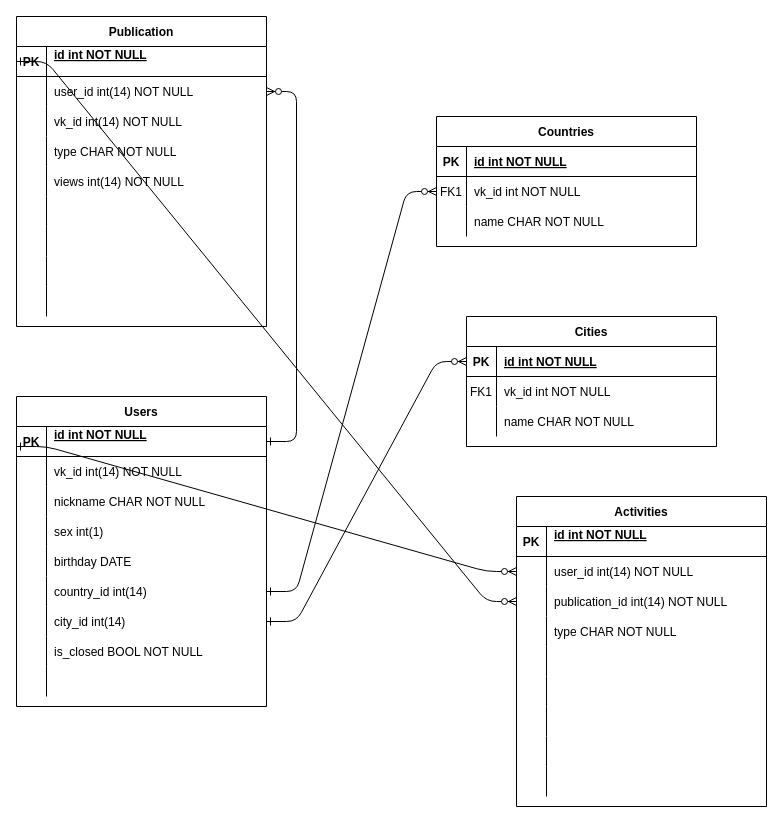
Earlier version of the draw.io diagram misc/Диаграмма_моделей.drawio (leksuss/snout). Source tidied: cells renumbered, new cells numbered last; positions are measured from the earlier drawing's top-left corner, leaving out a move shared by most shapes. Both pictures are drawn from the tidied source at 100%, with x=0, y=0 at pixel (-634, 16).
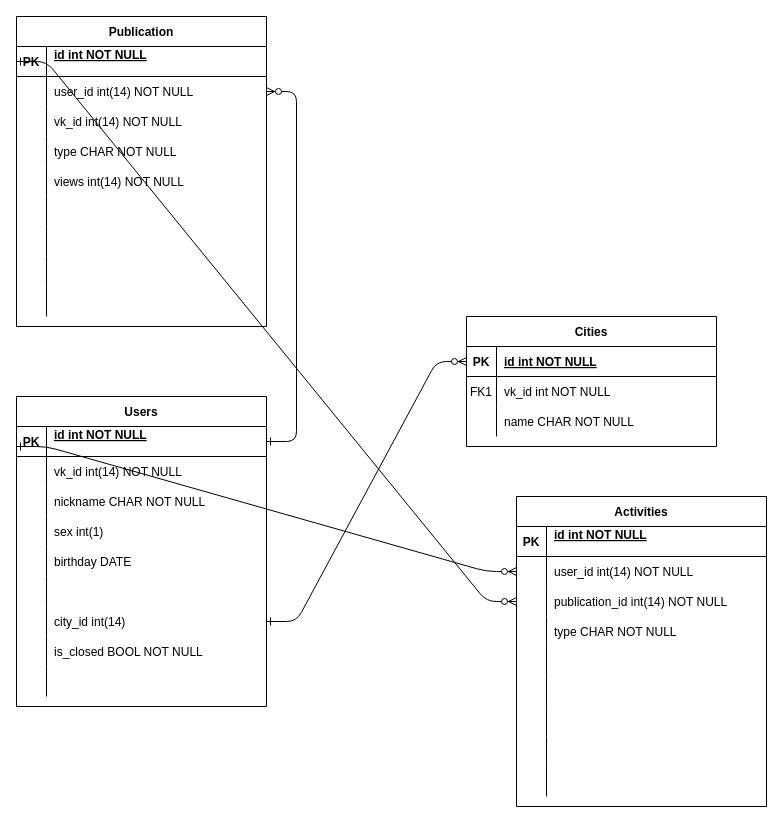
The same diagram, later.

The change refers to these unchanged cells:
```xml
<mxCell id="18" style="shape=partialRectangle;fillColor=none;points=[[0,0.5],[1,0.5]];portConstraint=eastwest;top=0;left=0;right=0;bottom=0;" parent="2" vertex="1">
  <mxGeometry y="180" width="250" height="30" as="geometry" />
</mxCell>
```

Diff of the diagram source:
```diff
@@
-    <mxCell id="20" value="country_id int(14)" style="shape=partialRectangle;overflow=hidden;fillColor=none;top=0;left=0;bottom=0;right=0;align=left;spacingLeft=6;" parent="18" vertex="1">
+    <mxCell id="20" style="shape=partialRectangle;overflow=hidden;fillColor=none;top=0;left=0;bottom=0;right=0;align=left;spacingLeft=6;" parent="18" vertex="1">
       <mxGeometry x="30" width="220" height="30" as="geometry" />
     </mxCell>
@@
-    <mxCell id="30" value="Countries" style="shape=table;startSize=30;childLayout=tableLayout;rowLines=0;fontStyle=1;align=center;" parent="1" vertex="1">
-      <mxGeometry x="1070" y="100" width="260" height="130" as="geometry" />
-    </mxCell>
-    <mxCell id="31" style="shape=partialRectangle;fillColor=none;top=0;left=0;right=0;bottom=1;" parent="30" vertex="1">
-      <mxGeometry y="30" width="260" height="30" as="geometry" />
-    </mxCell>
-    <mxCell id="32" value="PK" style="shape=partialRectangle;overflow=hidden;fillColor=none;top=0;left=0;bottom=0;right=0;fontStyle=1;" parent="31" vertex="1">
-      <mxGeometry width="30" height="30" as="geometry" />
-    </mxCell>
-    <mxCell id="33" value="id int NOT NULL " style="shape=partialRectangle;overflow=hidden;fillColor=none;top=0;left=0;bottom=0;right=0;align=left;spacingLeft=6;fontStyle=5;" parent="31" vertex="1">
-      <mxGeometry x="30" width="230" height="30" as="geometry" />
-    </mxCell>
-    <mxCell id="34" style="shape=partialRectangle;fillColor=none;points=[[0,0.5],[1,0.5]];portConstraint=eastwest;top=0;left=0;right=0;bottom=0;" parent="30" vertex="1">
-      <mxGeometry y="60" width="260" height="30" as="geometry" />
-    </mxCell>
-    <mxCell id="35" value="FK1" style="shape=partialRectangle;overflow=hidden;fillColor=none;top=0;left=0;bottom=0;right=0;" parent="34" vertex="1">
-      <mxGeometry width="30" height="30" as="geometry" />
-    </mxCell>
-    <mxCell id="36" value="vk_id int NOT NULL" style="shape=partialRectangle;overflow=hidden;fillColor=none;top=0;left=0;bottom=0;right=0;align=left;spacingLeft=6;" parent="34" vertex="1">
-      <mxGeometry x="30" width="230" height="30" as="geometry" />
-    </mxCell>
-    <mxCell id="37" style="shape=partialRectangle;fillColor=none;top=0;left=0;right=0;bottom=0;" parent="30" vertex="1">
-      <mxGeometry y="90" width="260" height="30" as="geometry" />
-    </mxCell>
-    <mxCell id="38" style="shape=partialRectangle;overflow=hidden;fillColor=none;top=0;left=0;bottom=0;right=0;" parent="37" vertex="1">
-      <mxGeometry width="30" height="30" as="geometry" />
-    </mxCell>
-    <mxCell id="39" value="name CHAR NOT NULL" style="shape=partialRectangle;overflow=hidden;fillColor=none;top=0;left=0;bottom=0;right=0;align=left;spacingLeft=6;" parent="37" vertex="1">
-      <mxGeometry x="30" width="230" height="30" as="geometry" />
-    </mxCell>
@@
-    <mxCell id="51" style="edgeStyle=entityRelationEdgeStyle;endArrow=ERzeroToMany;startArrow=ERone;endFill=1;startFill=0;entryX=0;entryY=0.5;entryDx=0;entryDy=0;exitX=1;exitY=0.5;exitDx=0;exitDy=0;" parent="1" edge="1" source="18" target="34">
-      <mxGeometry relative="1" as="geometry">
-        <Array as="points">
-          <mxPoint x="610" y="450" />
-          <mxPoint x="530" y="280" />
-          <mxPoint x="570" y="390" />
-          <mxPoint x="570" y="410" />
-          <mxPoint x="610" y="410" />
-        </Array>
-      </mxGeometry>
-    </mxCell>
```
